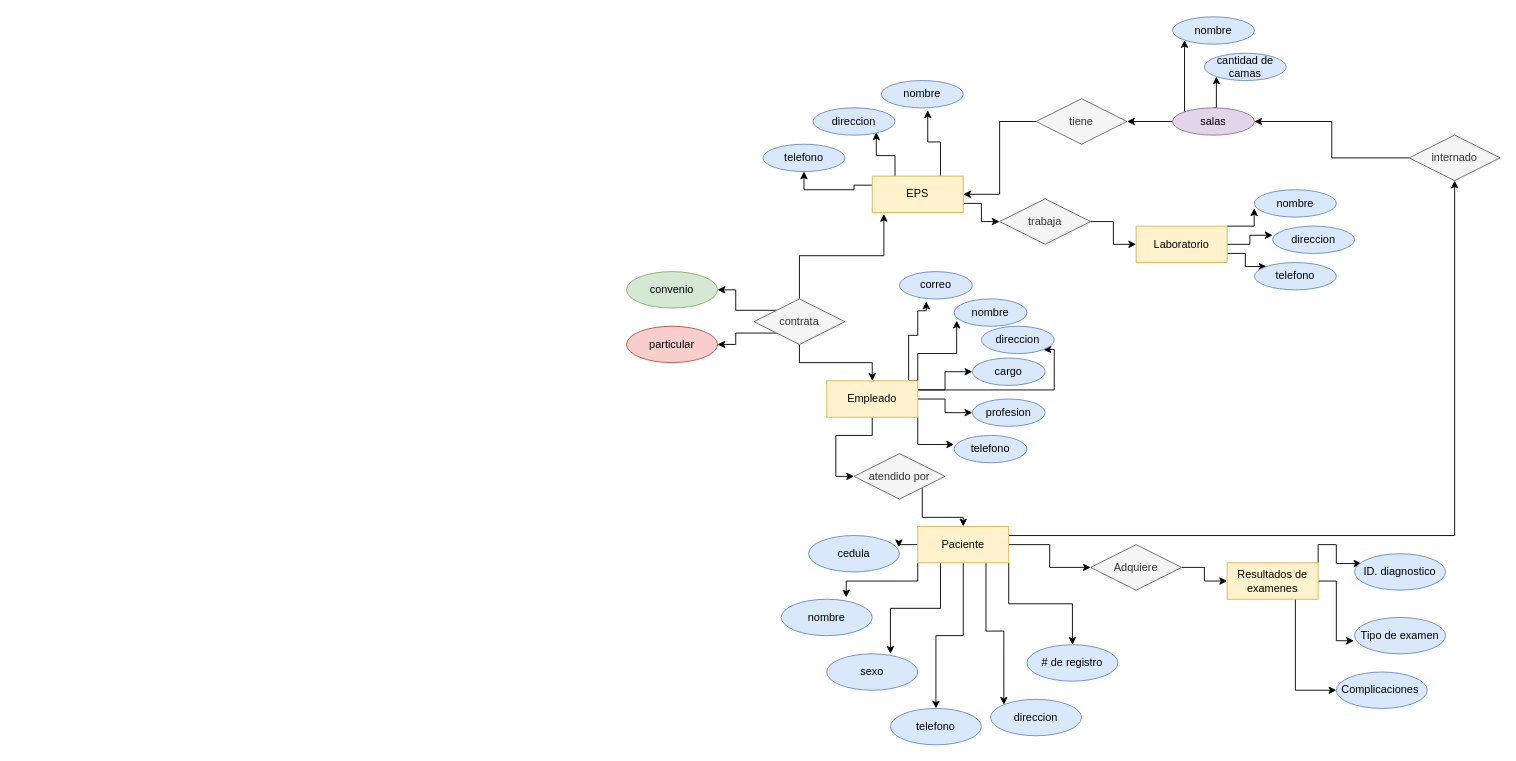
The draw.io diagram Untitled Diagram.drawio in daninuno/daninuno, before the edit. Source tidied: cells renumbered, new cells numbered last; positions are measured from the earlier drawing's top-left corner, leaving out a move shared by most shapes. Both pictures are drawn from the tidied source at 91%, with x=0, y=0 at pixel (626, 16).
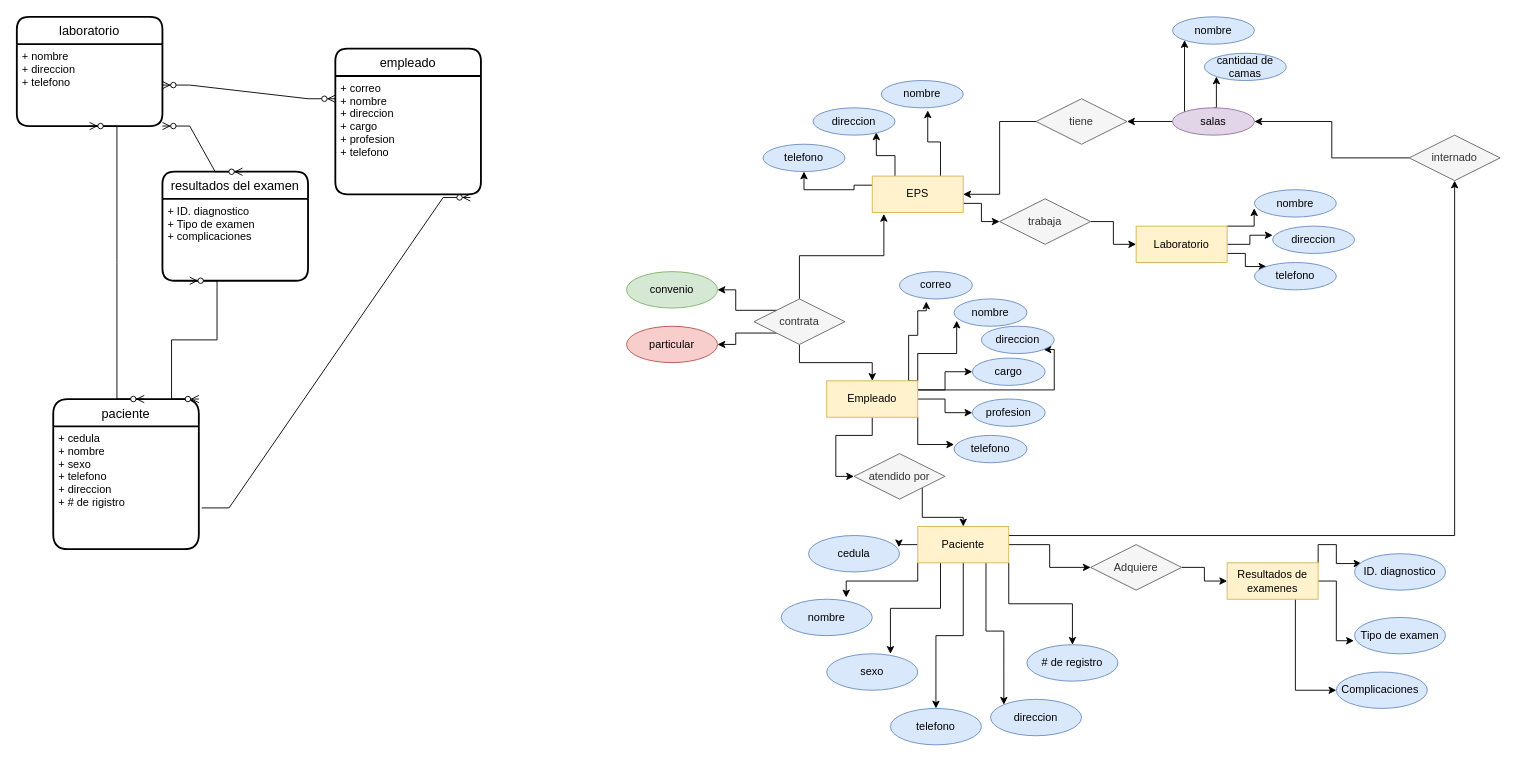
The same diagram, later.

Diff of the diagram source:
```diff
@@
+    <mxCell id="76" value="laboratorio" style="swimlane;horizontal=1;startSize=30;rounded=1;fontSize=14;fontStyle=0;strokeWidth=2;shadow=0;dashed=0;align=center;" parent="1" vertex="1">
+      <mxGeometry x="-670" width="160" height="120" as="geometry" />
+    </mxCell>
+    <mxCell id="77" value="+ nombre&#10;+ direccion &#10;+ telefono" style="align=left;strokeColor=none;fillColor=none;spacingLeft=4;fontSize=12;verticalAlign=top;" parent="76" vertex="1">
+      <mxGeometry y="30" width="160" height="90" as="geometry" />
+    </mxCell>
+    <mxCell id="78" value="resultados del examen" style="swimlane;horizontal=1;startSize=30;rounded=1;fontSize=14;fontStyle=0;strokeWidth=2;shadow=0;dashed=0;align=center;" parent="1" vertex="1">
+      <mxGeometry x="-510" y="170" width="160" height="120" as="geometry" />
+    </mxCell>
+    <mxCell id="79" value="+ ID. diagnostico&#10;+ Tipo de examen&#10;+ complicaciones" style="align=left;strokeColor=none;fillColor=none;spacingLeft=4;fontSize=12;verticalAlign=top;" parent="78" vertex="1">
+      <mxGeometry y="30" width="160" height="90" as="geometry" />
+    </mxCell>
+    <mxCell id="80" value="empleado" style="swimlane;horizontal=1;startSize=30;rounded=1;fontSize=14;fontStyle=0;strokeWidth=2;shadow=0;dashed=0;align=center;" parent="1" vertex="1">
+      <mxGeometry x="-320" y="35" width="160" height="160" as="geometry" />
+    </mxCell>
+    <mxCell id="81" value="+ correo&#10;+ nombre&#10;+ direccion&#10;+ cargo&#10;+ profesion&#10;+ telefono&#10;" style="align=left;strokeColor=none;fillColor=none;spacingLeft=4;fontSize=12;verticalAlign=top;" parent="80" vertex="1">
+      <mxGeometry y="30" width="160" height="130" as="geometry" />
+    </mxCell>
+    <mxCell id="82" value="paciente" style="swimlane;horizontal=1;startSize=30;rounded=1;fontSize=14;fontStyle=0;strokeWidth=2;shadow=0;dashed=0;align=center;arcSize=18;" parent="1" vertex="1">
+      <mxGeometry x="-630" y="420" width="160" height="165" as="geometry" />
+    </mxCell>
+    <mxCell id="83" value="+ cedula&#10;+ nombre&#10;+ sexo&#10;+ telefono&#10;+ direccion&#10;+ # de rigistro" style="align=left;strokeColor=none;fillColor=none;spacingLeft=4;fontSize=12;verticalAlign=top;" parent="82" vertex="1">
+      <mxGeometry y="30" width="160" height="135" as="geometry" />
+    </mxCell>
+    <mxCell id="84" style="edgeStyle=entityRelationEdgeStyle;fontSize=12;html=1;endArrow=ERzeroToMany;endFill=1;startArrow=ERzeroToMany;rounded=0;exitX=1;exitY=0.5;exitDx=0;exitDy=0;" parent="1" edge="1" source="77">
+      <mxGeometry relative="1" as="geometry">
+        <mxPoint x="-320" y="90" as="targetPoint" />
+      </mxGeometry>
+    </mxCell>
+    <mxCell id="85" style="edgeStyle=entityRelationEdgeStyle;fontSize=12;html=1;endArrow=ERzeroToMany;endFill=1;startArrow=ERzeroToMany;rounded=0;exitX=1;exitY=1;exitDx=0;exitDy=0;entryX=0.55;entryY=0.002;entryDx=0;entryDy=0;entryPerimeter=0;" parent="1" edge="1" source="77" target="78">
+      <mxGeometry relative="1" as="geometry" />
+    </mxCell>
+    <mxCell id="86" style="edgeStyle=entityRelationEdgeStyle;fontSize=12;html=1;endArrow=ERzeroToMany;endFill=1;startArrow=ERzeroToMany;rounded=0;entryX=0.625;entryY=0;entryDx=0;entryDy=0;entryPerimeter=0;exitX=0.5;exitY=1;exitDx=0;exitDy=0;" parent="1" edge="1" source="77" target="82">
+      <mxGeometry relative="1" as="geometry" />
+    </mxCell>
+    <mxCell id="87" style="edgeStyle=entityRelationEdgeStyle;fontSize=12;html=1;endArrow=ERzeroToMany;endFill=1;rounded=0;exitX=1.02;exitY=0.664;exitDx=0;exitDy=0;exitPerimeter=0;entryX=0.928;entryY=1.027;entryDx=0;entryDy=0;entryPerimeter=0;" parent="1" edge="1" source="83" target="81">
+      <mxGeometry relative="1" as="geometry" />
+    </mxCell>
+    <mxCell id="88" style="edgeStyle=entityRelationEdgeStyle;fontSize=12;html=1;endArrow=ERzeroToMany;endFill=1;startArrow=ERzeroToMany;rounded=0;entryX=1;entryY=0;entryDx=0;entryDy=0;" parent="1" edge="1" target="82">
+      <mxGeometry relative="1" as="geometry">
+        <mxPoint x="-480" y="290" as="sourcePoint" />
+      </mxGeometry>
+    </mxCell>
```
